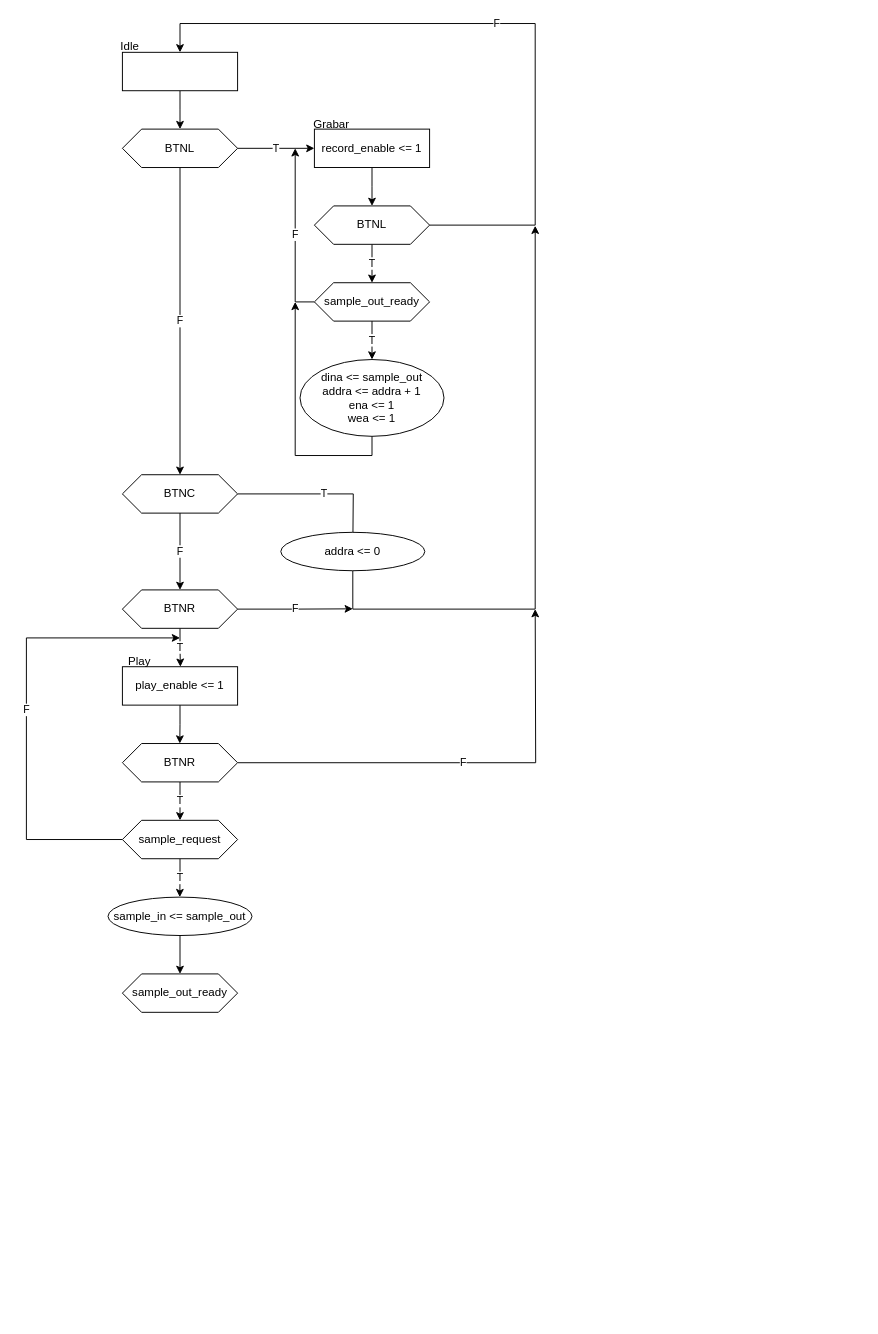
This is Diagrama Controlador.drawio from crbgx/DSED-2021, a draw.io file, before an edit. Source tidied: cells renumbered, new cells numbered last; positions are measured from the earlier drawing's top-left corner, leaving out a move shared by most shapes. Both pictures are drawn from the tidied source at 96%, with x=0, y=0 at pixel (26, 23).
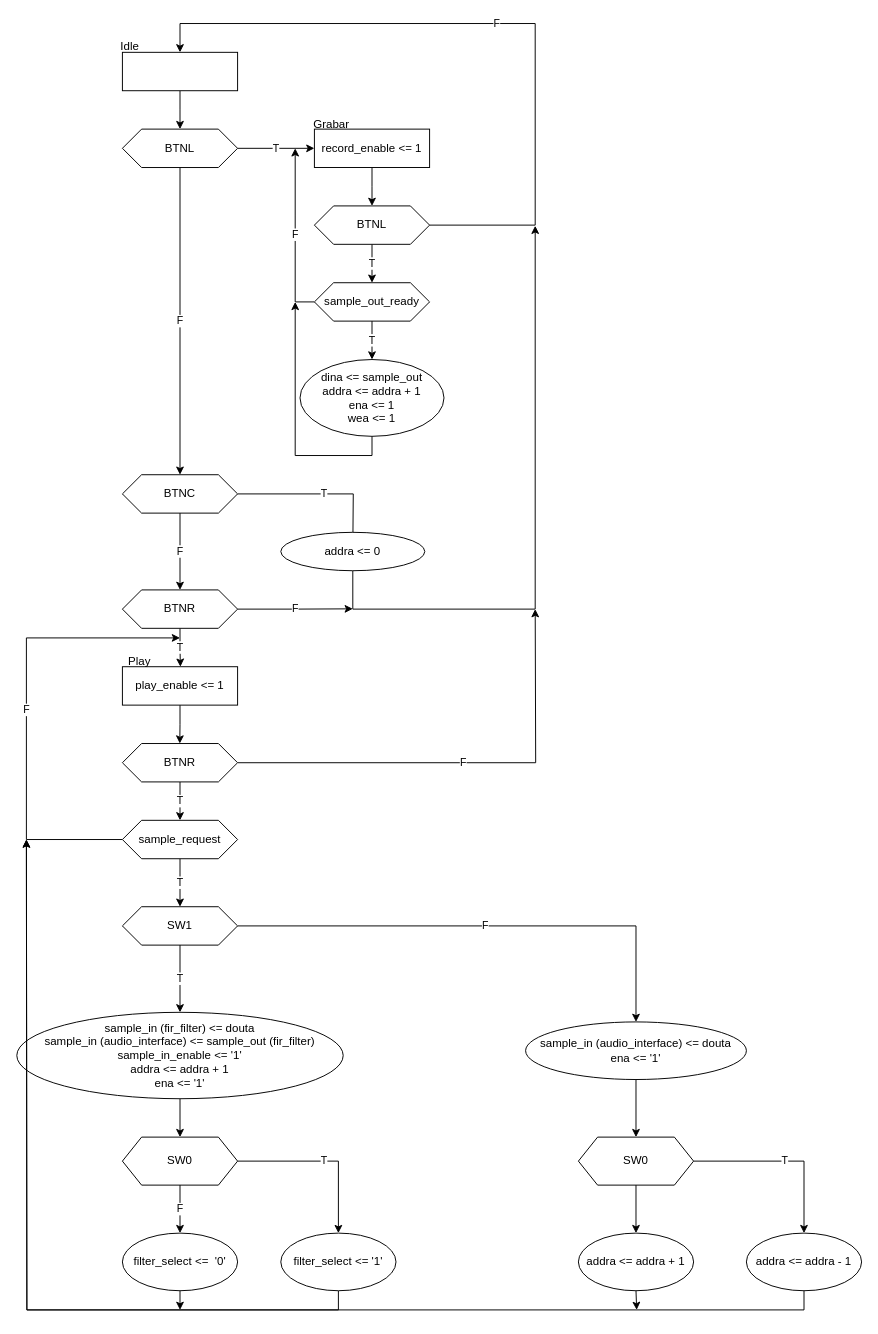
After the change.

Commit message:
Terminado diagrama sistema global

The change refers to these unchanged cells:
```xml
<mxCell id="32" value="sample_request" style="shape=hexagon;perimeter=hexagonPerimeter2;whiteSpace=wrap;html=1;fixedSize=1;" parent="1" vertex="1">
  <mxGeometry x="100" y="830" width="120" height="40" as="geometry" />
</mxCell>
```

Change to the diagram source:
```diff
@@
-    <mxCell id="31" value="T" style="edgeStyle=orthogonalEdgeStyle;rounded=0;jettySize=auto;html=1;exitX=0.5;exitY=1;exitDx=0;exitDy=0;" parent="1" edge="1" source="32">
-      <mxGeometry relative="1" as="geometry">
-        <mxPoint x="159.8" y="910" as="targetPoint" />
-      </mxGeometry>
-    </mxCell>
+    <mxCell id="39" value="T" style="edgeStyle=orthogonalEdgeStyle;rounded=0;jettySize=auto;html=1;" parent="1" edge="1" source="32" target="38">
+      <mxGeometry relative="1" as="geometry" />
+    </mxCell>
@@
-    <mxCell id="36" style="edgeStyle=orthogonalEdgeStyle;rounded=0;jettySize=auto;html=1;exitX=0.5;exitY=1;exitDx=0;exitDy=0;entryX=0.5;entryY=0;entryDx=0;entryDy=0;" parent="1" edge="1" source="37" target="38">
-      <mxGeometry relative="1" as="geometry" />
-    </mxCell>
-    <mxCell id="37" value="sample_in &amp;lt;= sample_out" style="ellipse;whiteSpace=wrap;html=1;" parent="1" vertex="1">
-      <mxGeometry x="85" y="910" width="150" height="40" as="geometry" />
-    </mxCell>
+    <mxCell id="40" value="T" style="edgeStyle=orthogonalEdgeStyle;rounded=0;jettySize=auto;html=1;" parent="1" edge="1" source="38" target="43">
+      <mxGeometry relative="1" as="geometry" />
+    </mxCell>
+    <mxCell id="41" value="F" style="edgeStyle=orthogonalEdgeStyle;rounded=0;jettySize=auto;html=1;" parent="1" edge="1" source="38" target="48">
+      <mxGeometry relative="1" as="geometry" />
+    </mxCell>
-    <mxCell id="38" value="sample_out_ready" style="shape=hexagon;perimeter=hexagonPerimeter2;whiteSpace=wrap;html=1;fixedSize=1;" parent="1" vertex="1">
-      <mxGeometry x="100" y="990" width="120" height="40" as="geometry" />
+    <mxCell id="38" value="SW1" style="shape=hexagon;perimeter=hexagonPerimeter2;whiteSpace=wrap;html=1;fixedSize=1;" parent="1" vertex="1">
+      <mxGeometry x="100" y="920" width="120" height="40" as="geometry" />
     </mxCell>
+    <mxCell id="42" style="edgeStyle=orthogonalEdgeStyle;rounded=0;jettySize=auto;html=1;" parent="1" edge="1" source="43" target="46">
+      <mxGeometry relative="1" as="geometry" />
+    </mxCell>
+    <mxCell id="43" value="sample_in (fir_filter) &amp;lt;= douta&lt;br&gt;sample_in (audio_interface) &amp;lt;= sample_out (fir_filter)&lt;br&gt;sample_in_enable &amp;lt;= '1'&lt;br&gt;addra &amp;lt;= addra + 1&lt;br&gt;ena &amp;lt;= '1'" style="ellipse;whiteSpace=wrap;html=1;" parent="1" vertex="1">
+      <mxGeometry x="-10" y="1030" width="340" height="90" as="geometry" />
+    </mxCell>
+    <mxCell id="44" value="T" style="edgeStyle=orthogonalEdgeStyle;rounded=0;jettySize=auto;html=1;" parent="1" edge="1" source="46" target="53">
+      <mxGeometry relative="1" as="geometry" />
+    </mxCell>
+    <mxCell id="45" value="F" style="edgeStyle=orthogonalEdgeStyle;rounded=0;jettySize=auto;html=1;" parent="1" edge="1" source="46" target="55">
+      <mxGeometry relative="1" as="geometry" />
+    </mxCell>
+    <mxCell id="46" value="SW0" style="shape=hexagon;perimeter=hexagonPerimeter2;whiteSpace=wrap;html=1;fixedSize=1;" parent="1" vertex="1">
+      <mxGeometry x="100" y="1160" width="120" height="50" as="geometry" />
+    </mxCell>
+    <mxCell id="47" style="edgeStyle=orthogonalEdgeStyle;rounded=0;jettySize=auto;html=1;" parent="1" edge="1" source="48" target="51">
+      <mxGeometry relative="1" as="geometry" />
+    </mxCell>
+    <mxCell id="48" value="sample_in (audio_interface) &amp;lt;= douta&lt;br&gt;ena &amp;lt;= '1'" style="ellipse;whiteSpace=wrap;html=1;" parent="1" vertex="1">
+      <mxGeometry x="520" y="1040" width="230" height="60" as="geometry" />
+    </mxCell>
+    <mxCell id="49" value="T" style="edgeStyle=orthogonalEdgeStyle;rounded=0;jettySize=auto;html=1;" parent="1" edge="1" source="51" target="57">
+      <mxGeometry relative="1" as="geometry" />
+    </mxCell>
+    <mxCell id="50" style="edgeStyle=orthogonalEdgeStyle;rounded=0;jettySize=auto;html=1;" parent="1" edge="1" source="51" target="59">
+      <mxGeometry relative="1" as="geometry" />
+    </mxCell>
+    <mxCell id="51" value="SW0" style="shape=hexagon;perimeter=hexagonPerimeter2;whiteSpace=wrap;html=1;fixedSize=1;" parent="1" vertex="1">
+      <mxGeometry x="575" y="1160" width="120" height="50" as="geometry" />
+    </mxCell>
+    <mxCell id="52" style="edgeStyle=orthogonalEdgeStyle;rounded=0;jettySize=auto;html=1;exitX=0.5;exitY=1;exitDx=0;exitDy=0;" parent="1" edge="1" source="53">
+      <mxGeometry relative="1" as="geometry">
+        <mxPoint y="850" as="targetPoint" />
+      </mxGeometry>
+    </mxCell>
+    <mxCell id="53" value="filter_select &amp;lt;= '1'" style="ellipse;whiteSpace=wrap;html=1;" parent="1" vertex="1">
+      <mxGeometry x="265" y="1260" width="120" height="60" as="geometry" />
+    </mxCell>
+    <mxCell id="54" style="edgeStyle=orthogonalEdgeStyle;rounded=0;jettySize=auto;html=1;exitX=0.5;exitY=1;exitDx=0;exitDy=0;" parent="1" edge="1" source="55">
+      <mxGeometry relative="1" as="geometry">
+        <mxPoint x="160" y="1340" as="targetPoint" />
+      </mxGeometry>
+    </mxCell>
+    <mxCell id="55" value="filter_select &amp;lt;=&amp;nbsp; '0'" style="ellipse;whiteSpace=wrap;html=1;" parent="1" vertex="1">
+      <mxGeometry x="100" y="1260" width="120" height="60" as="geometry" />
+    </mxCell>
+    <mxCell id="56" style="edgeStyle=orthogonalEdgeStyle;rounded=0;jettySize=auto;html=1;exitX=0.5;exitY=1;exitDx=0;exitDy=0;" parent="1" edge="1" source="57">
+      <mxGeometry relative="1" as="geometry">
+        <mxPoint y="850" as="targetPoint" />
+      </mxGeometry>
+    </mxCell>
+    <mxCell id="57" value="addra &amp;lt;= addra - 1" style="ellipse;whiteSpace=wrap;html=1;" parent="1" vertex="1">
+      <mxGeometry x="750" y="1260" width="120" height="60" as="geometry" />
+    </mxCell>
+    <mxCell id="58" style="edgeStyle=orthogonalEdgeStyle;rounded=0;jettySize=auto;html=1;exitX=0.5;exitY=1;exitDx=0;exitDy=0;" parent="1" edge="1" source="59">
+      <mxGeometry relative="1" as="geometry">
+        <mxPoint x="635.7" y="1340" as="targetPoint" />
+      </mxGeometry>
+    </mxCell>
+    <mxCell id="59" value="addra &amp;lt;= addra + 1" style="ellipse;whiteSpace=wrap;html=1;" parent="1" vertex="1">
+      <mxGeometry x="575" y="1260" width="120" height="60" as="geometry" />
+    </mxCell>
```
